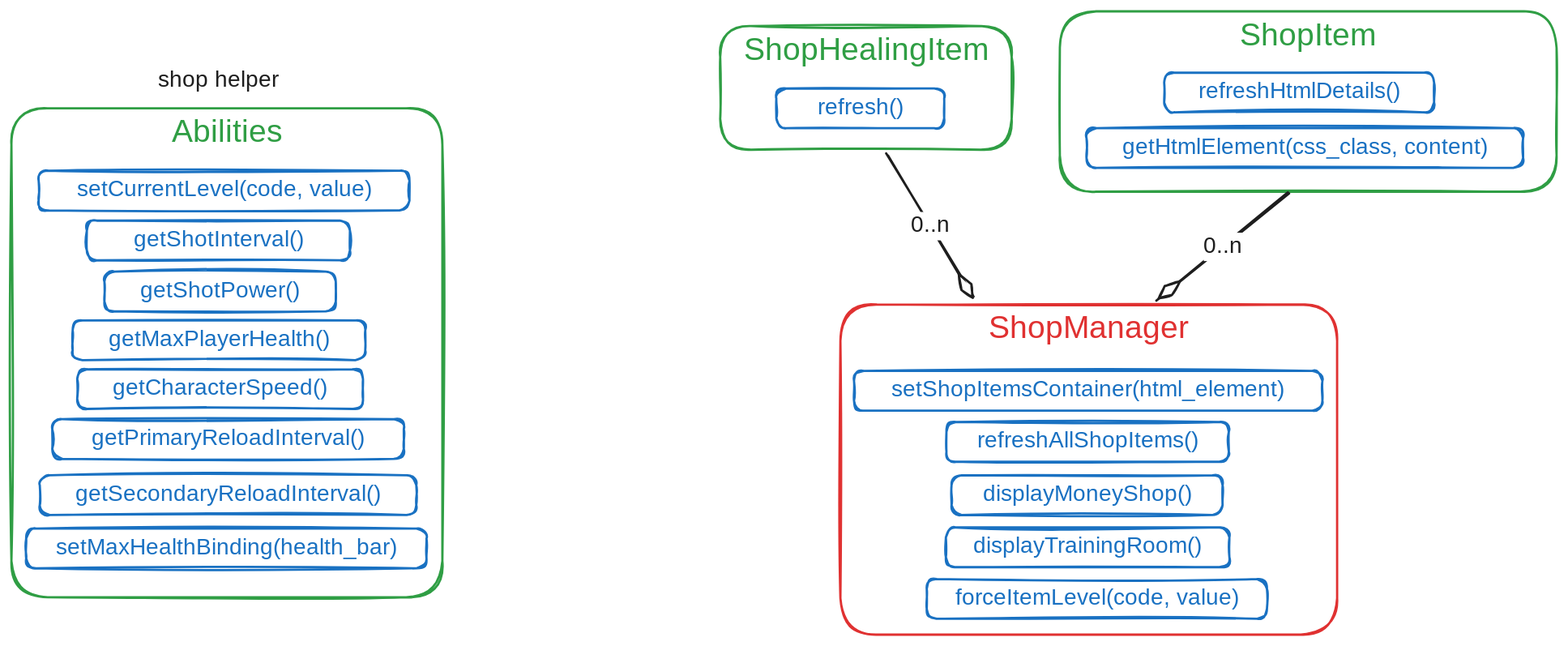
This is docs/shop_manager.excalidraw.svg from thedwarf21/MobsVasion, a Excalidraw export, as it was before one commit. Source tidied: one line per element, renumbered; positions are measured from the earlier drawing's top-left corner, leaving out a move shared by most shapes.
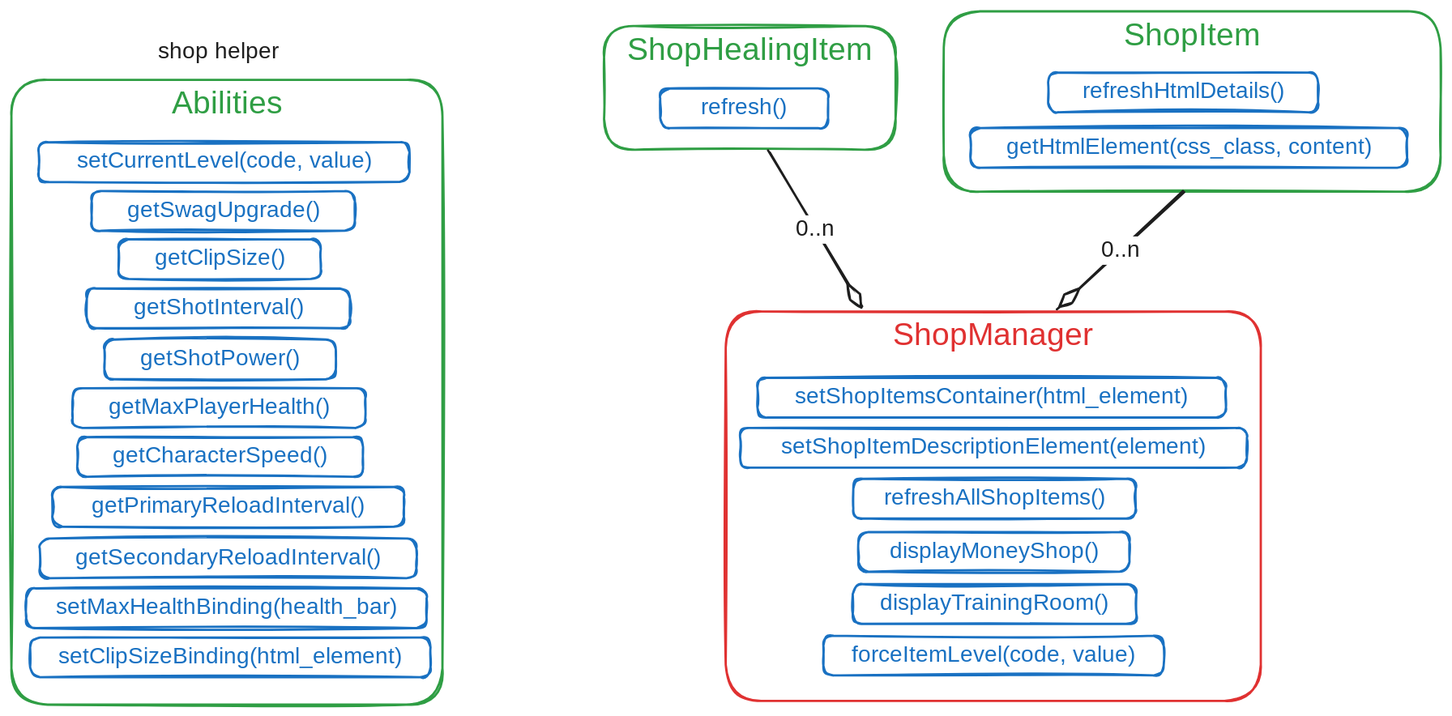
After the change.

Change to the diagram source:
```diff
@@ -1,45 +1,53 @@
+{"id": 18, "type": "rectangle", "strokeColor": "#2f9e44", "strokeWidth": 2, "roughness": 1, "round": true, "x": 625, "y": 13, "width": 257, "height": 109}
+{"id": 19, "type": "text", "text": "ShopHealingItem", "strokeColor": "#2f9e44", "strokeWidth": 2, "roughness": 1, "fontSize": 28, "fontFamily": 5, "textAlign": "center", "inside": 18, "x": 643, "y": 18, "width": 220, "height": 35}
+{"id": 20, "type": "rectangle", "strokeColor": "#1971c2", "strokeWidth": 2, "roughness": 1, "round": true, "x": 674, "y": 68, "width": 148, "height": 35}
+{"id": 21, "type": "text", "text": "refresh()", "strokeColor": "#1971c2", "strokeWidth": 2, "roughness": 1, "fontSize": 20, "fontFamily": 5, "textAlign": "center", "verticalAlign": "middle", "inside": 20, "x": 705, "y": 73, "width": 86, "height": 25}
+{"id": 22, "type": "rectangle", "strokeColor": "#2f9e44", "strokeWidth": 2, "roughness": 1, "round": true, "x": 924, "y": 0, "width": 438, "height": 159}
+{"id": 23, "type": "text", "text": "ShopItem", "strokeColor": "#2f9e44", "strokeWidth": 2, "roughness": 1, "fontSize": 28, "fontFamily": 5, "textAlign": "center", "inside": 22, "x": 1079, "y": 5, "width": 129, "height": 35}
+{"id": 24, "type": "rectangle", "strokeColor": "#1971c2", "strokeWidth": 2, "roughness": 1, "round": true, "x": 1016, "y": 54, "width": 238, "height": 35}
+{"id": 25, "type": "text", "text": "refreshHtmlDetails()", "strokeColor": "#1971c2", "strokeWidth": 2, "roughness": 1, "fontSize": 20, "fontFamily": 5, "textAlign": "center", "verticalAlign": "middle", "inside": 24, "x": 1038, "y": 59, "width": 196, "height": 25}
+{"id": 26, "type": "rectangle", "strokeColor": "#1971c2", "strokeWidth": 2, "roughness": 1, "round": true, "x": 948, "y": 103, "width": 385, "height": 35}
+{"id": 27, "type": "text", "text": "getHtmlElement(css_class, content)", "strokeColor": "#1971c2", "strokeWidth": 2, "roughness": 1, "fontSize": 20, "fontFamily": 5, "textAlign": "center", "verticalAlign": "middle", "inside": 26, "x": 967, "y": 108, "width": 347, "height": 25}
+{"id": 28, "type": "arrow", "strokeColor": "#1e1e1e", "strokeWidth": 2, "roughness": 1, "endArrowhead": "diamond_outline", "round": true, "from": 18, "to": 33, "x": 771, "y": 124, "width": 82, "height": 137, "points": [[0, 0], [82, 137]]}
+{"id": 29, "type": "text", "text": "0..n", "strokeColor": "#1e1e1e", "strokeWidth": 2, "roughness": 1, "fontSize": 20, "fontFamily": 5, "textAlign": "center", "verticalAlign": "middle", "inside": 28, "x": 793, "y": 177, "width": 34, "height": 25}
+{"id": 30, "type": "arrow", "strokeColor": "#1e1e1e", "strokeWidth": 2, "roughness": 1, "endArrowhead": "diamond_outline", "round": true, "from": 22, "to": 33, "x": 1136, "y": 160, "width": 111, "height": 103, "points": [[0, 0], [-111, 103]]}
+{"id": 31, "type": "text", "text": "0..n", "strokeColor": "#1e1e1e", "strokeWidth": 2, "roughness": 1, "fontSize": 20, "fontFamily": 5, "textAlign": "center", "verticalAlign": "middle", "inside": 30, "x": 1064, "y": 195, "width": 34, "height": 25}
-{"id": 0, "type": "rectangle", "strokeColor": "#2f9e44", "strokeWidth": 2, "roughness": 1, "round": true, "x": 0, "y": 86, "width": 380, "height": 431}
+{"id": 0, "type": "rectangle", "strokeColor": "#2f9e44", "strokeWidth": 2, "roughness": 1, "round": true, "x": 102, "y": 60, "width": 380, "height": 551}
-{"id": 1, "type": "text", "text": "Abilities", "strokeColor": "#2f9e44", "strokeWidth": 2, "roughness": 1, "fontSize": 28, "fontFamily": 5, "textAlign": "center", "inside": 0, "x": 137, "y": 90, "width": 107, "height": 35}
+{"id": 1, "type": "text", "text": "Abilities", "strokeColor": "#2f9e44", "strokeWidth": 2, "roughness": 1, "fontSize": 28, "fontFamily": 5, "textAlign": "center", "inside": 0, "x": 239, "y": 66, "width": 107, "height": 35}
-{"id": 2, "type": "rectangle", "strokeColor": "#1971c2", "strokeWidth": 2, "roughness": 1, "round": true, "x": 24, "y": 140, "width": 327, "height": 35}
+{"id": 2, "type": "rectangle", "strokeColor": "#1971c2", "strokeWidth": 2, "roughness": 1, "round": true, "x": 126, "y": 116, "width": 327, "height": 35}
-{"id": 3, "type": "text", "text": "setCurrentLevel(code, value)", "strokeColor": "#1971c2", "strokeWidth": 2, "roughness": 1, "fontSize": 20, "fontFamily": 5, "textAlign": "center", "verticalAlign": "middle", "inside": 2, "x": 50, "y": 146, "width": 274, "height": 25}
+{"id": 3, "type": "text", "text": "setCurrentLevel(code, value)", "strokeColor": "#1971c2", "strokeWidth": 2, "roughness": 1, "fontSize": 20, "fontFamily": 5, "textAlign": "center", "verticalAlign": "middle", "inside": 2, "x": 153, "y": 120, "width": 274, "height": 25}
-{"id": 4, "type": "rectangle", "strokeColor": "#1971c2", "strokeWidth": 2, "roughness": 1, "round": true, "x": 66, "y": 184, "width": 232, "height": 35}
+{"id": 4, "type": "rectangle", "strokeColor": "#1971c2", "strokeWidth": 2, "roughness": 1, "round": true, "x": 169, "y": 244, "width": 232, "height": 35}
-{"id": 5, "type": "text", "text": "getShotInterval()", "strokeColor": "#1971c2", "strokeWidth": 2, "roughness": 1, "fontSize": 20, "fontFamily": 5, "textAlign": "center", "verticalAlign": "middle", "inside": 4, "x": 96, "y": 190, "width": 174, "height": 25}
+{"id": 5, "type": "text", "text": "getShotInterval()", "strokeColor": "#1971c2", "strokeWidth": 2, "roughness": 1, "fontSize": 20, "fontFamily": 5, "textAlign": "center", "verticalAlign": "middle", "inside": 4, "x": 198, "y": 250, "width": 174, "height": 25}
-{"id": 6, "type": "rectangle", "strokeColor": "#1971c2", "strokeWidth": 2, "roughness": 1, "round": true, "x": 82, "y": 230, "width": 204, "height": 35}
+{"id": 6, "type": "rectangle", "strokeColor": "#1971c2", "strokeWidth": 2, "roughness": 1, "round": true, "x": 184, "y": 290, "width": 204, "height": 35}
-{"id": 7, "type": "text", "text": "getShotPower()", "strokeColor": "#1971c2", "strokeWidth": 2, "roughness": 1, "fontSize": 20, "fontFamily": 5, "textAlign": "center", "verticalAlign": "middle", "inside": 6, "x": 107, "y": 234, "width": 155, "height": 25}
+{"id": 7, "type": "text", "text": "getShotPower()", "strokeColor": "#1971c2", "strokeWidth": 2, "roughness": 1, "fontSize": 20, "fontFamily": 5, "textAlign": "center", "verticalAlign": "middle", "inside": 6, "x": 209, "y": 294, "width": 155, "height": 25}
-{"id": 8, "type": "rectangle", "strokeColor": "#1971c2", "strokeWidth": 2, "roughness": 1, "round": true, "x": 54, "y": 272, "width": 258, "height": 35}
+{"id": 8, "type": "rectangle", "strokeColor": "#1971c2", "strokeWidth": 2, "roughness": 1, "round": true, "x": 156, "y": 332, "width": 258, "height": 35}
-{"id": 9, "type": "text", "text": "getMaxPlayerHealth()", "strokeColor": "#1971c2", "strokeWidth": 2, "roughness": 1, "fontSize": 20, "fontFamily": 5, "textAlign": "center", "verticalAlign": "middle", "inside": 8, "x": 79, "y": 278, "width": 209, "height": 25}
+{"id": 9, "type": "text", "text": "getMaxPlayerHealth()", "strokeColor": "#1971c2", "strokeWidth": 2, "roughness": 1, "fontSize": 20, "fontFamily": 5, "textAlign": "center", "verticalAlign": "middle", "inside": 8, "x": 181, "y": 338, "width": 209, "height": 25}
-{"id": 10, "type": "rectangle", "strokeColor": "#1971c2", "strokeWidth": 2, "roughness": 1, "round": true, "x": 58, "y": 316, "width": 252, "height": 35}
+{"id": 10, "type": "rectangle", "strokeColor": "#1971c2", "strokeWidth": 2, "roughness": 1, "round": true, "x": 160, "y": 376, "width": 252, "height": 35}
-{"id": 11, "type": "text", "text": "getCharacterSpeed()", "strokeColor": "#1971c2", "strokeWidth": 2, "roughness": 1, "fontSize": 20, "fontFamily": 5, "textAlign": "center", "verticalAlign": "middle", "inside": 10, "x": 83, "y": 320, "width": 201, "height": 25}
+{"id": 11, "type": "text", "text": "getCharacterSpeed()", "strokeColor": "#1971c2", "strokeWidth": 2, "roughness": 1, "fontSize": 20, "fontFamily": 5, "textAlign": "center", "verticalAlign": "middle", "inside": 10, "x": 186, "y": 380, "width": 201, "height": 25}
-{"id": 12, "type": "rectangle", "strokeColor": "#1971c2", "strokeWidth": 2, "roughness": 1, "round": true, "x": 36, "y": 360, "width": 310, "height": 35}
+{"id": 12, "type": "rectangle", "strokeColor": "#1971c2", "strokeWidth": 2, "roughness": 1, "round": true, "x": 138, "y": 420, "width": 310, "height": 35}
-{"id": 13, "type": "text", "text": "getPrimaryReloadInterval()", "strokeColor": "#1971c2", "strokeWidth": 2, "roughness": 1, "fontSize": 20, "fontFamily": 5, "textAlign": "center", "verticalAlign": "middle", "inside": 12, "x": 59, "y": 364, "width": 264, "height": 25}
+{"id": 13, "type": "text", "text": "getPrimaryReloadInterval()", "strokeColor": "#1971c2", "strokeWidth": 2, "roughness": 1, "fontSize": 20, "fontFamily": 5, "textAlign": "center", "verticalAlign": "middle", "inside": 12, "x": 162, "y": 424, "width": 264, "height": 25}
-{"id": 14, "type": "rectangle", "strokeColor": "#1971c2", "strokeWidth": 2, "roughness": 1, "round": true, "x": 25, "y": 409, "width": 332, "height": 35}
+{"id": 14, "type": "rectangle", "strokeColor": "#1971c2", "strokeWidth": 2, "roughness": 1, "round": true, "x": 128, "y": 465, "width": 332, "height": 35}
-{"id": 15, "type": "text", "text": "getSecondaryReloadInterval()", "strokeColor": "#1971c2", "strokeWidth": 2, "roughness": 1, "fontSize": 20, "fontFamily": 5, "textAlign": "center", "verticalAlign": "middle", "inside": 14, "x": 46, "y": 414, "width": 291, "height": 25}
+{"id": 15, "type": "text", "text": "getSecondaryReloadInterval()", "strokeColor": "#1971c2", "strokeWidth": 2, "roughness": 1, "fontSize": 20, "fontFamily": 5, "textAlign": "center", "verticalAlign": "middle", "inside": 14, "x": 148, "y": 470, "width": 291, "height": 25}
-{"id": 16, "type": "rectangle", "strokeColor": "#1971c2", "strokeWidth": 2, "roughness": 1, "round": true, "x": 13, "y": 456, "width": 353, "height": 35}
+{"id": 16, "type": "rectangle", "strokeColor": "#1971c2", "strokeWidth": 2, "roughness": 1, "round": true, "x": 116, "y": 509, "width": 353, "height": 35}
-{"id": 17, "type": "text", "text": "setMaxHealthBinding(health_bar)", "strokeColor": "#1971c2", "strokeWidth": 2, "roughness": 1, "fontSize": 20, "fontFamily": 5, "textAlign": "center", "verticalAlign": "middle", "inside": 16, "x": 28, "y": 461, "width": 323, "height": 25}
+{"id": 17, "type": "text", "text": "setMaxHealthBinding(health_bar)", "strokeColor": "#1971c2", "strokeWidth": 2, "roughness": 1, "fontSize": 20, "fontFamily": 5, "textAlign": "center", "verticalAlign": "middle", "inside": 16, "x": 131, "y": 514, "width": 323, "height": 25}
-{"id": 18, "type": "rectangle", "strokeColor": "#2f9e44", "strokeWidth": 2, "roughness": 1, "round": true, "x": 625, "y": 13, "width": 257, "height": 109}
-{"id": 19, "type": "text", "text": "ShopHealingItem", "strokeColor": "#2f9e44", "strokeWidth": 2, "roughness": 1, "fontSize": 28, "fontFamily": 5, "textAlign": "center", "inside": 18, "x": 643, "y": 18, "width": 220, "height": 35}
-{"id": 20, "type": "rectangle", "strokeColor": "#1971c2", "strokeWidth": 2, "roughness": 1, "round": true, "x": 674, "y": 68, "width": 148, "height": 35}
-{"id": 21, "type": "text", "text": "refresh()", "strokeColor": "#1971c2", "strokeWidth": 2, "roughness": 1, "fontSize": 20, "fontFamily": 5, "textAlign": "center", "verticalAlign": "middle", "inside": 20, "x": 705, "y": 73, "width": 86, "height": 25}
-{"id": 22, "type": "rectangle", "strokeColor": "#2f9e44", "strokeWidth": 2, "roughness": 1, "round": true, "x": 924, "y": 0, "width": 438, "height": 159}
-{"id": 23, "type": "text", "text": "ShopItem", "strokeColor": "#2f9e44", "strokeWidth": 2, "roughness": 1, "fontSize": 28, "fontFamily": 5, "textAlign": "center", "inside": 22, "x": 1079, "y": 5, "width": 129, "height": 35}
-{"id": 24, "type": "rectangle", "strokeColor": "#1971c2", "strokeWidth": 2, "roughness": 1, "round": true, "x": 1016, "y": 54, "width": 238, "height": 35}
-{"id": 25, "type": "text", "text": "refreshHtmlDetails()", "strokeColor": "#1971c2", "strokeWidth": 2, "roughness": 1, "fontSize": 20, "fontFamily": 5, "textAlign": "center", "verticalAlign": "middle", "inside": 24, "x": 1038, "y": 59, "width": 196, "height": 25}
-{"id": 26, "type": "rectangle", "strokeColor": "#1971c2", "strokeWidth": 2, "roughness": 1, "round": true, "x": 948, "y": 103, "width": 385, "height": 35}
-{"id": 27, "type": "text", "text": "getHtmlElement(css_class, content)", "strokeColor": "#1971c2", "strokeWidth": 2, "roughness": 1, "fontSize": 20, "fontFamily": 5, "textAlign": "center", "verticalAlign": "middle", "inside": 26, "x": 967, "y": 108, "width": 347, "height": 25}
-{"id": 28, "type": "arrow", "strokeColor": "#1e1e1e", "strokeWidth": 2, "roughness": 1, "endArrowhead": "diamond_outline", "round": true, "from": 18, "to": 33, "x": 772, "y": 126, "width": 76, "height": 126, "points": [[0, 0], [76, 126]]}
-{"id": 29, "type": "text", "text": "0..n", "strokeColor": "#1e1e1e", "strokeWidth": 2, "roughness": 1, "fontSize": 20, "fontFamily": 5, "textAlign": "center", "verticalAlign": "middle", "inside": 28, "x": 707, "y": 358, "width": 34, "height": 25}
-{"id": 30, "type": "arrow", "strokeColor": "#1e1e1e", "strokeWidth": 2, "roughness": 1, "endArrowhead": "diamond_outline", "round": true, "from": 22, "to": 33, "x": 1126, "y": 161, "width": 115, "height": 94, "points": [[0, 0], [-115, 94]]}
-{"id": 31, "type": "text", "text": "0..n", "strokeColor": "#1e1e1e", "strokeWidth": 2, "roughness": 1, "fontSize": 20, "fontFamily": 5, "textAlign": "center", "verticalAlign": "middle", "inside": 30, "x": 1049, "y": 292, "width": 34, "height": 25}
-{"id": 32, "type": "text", "text": "shop helper", "strokeColor": "#1e1e1e", "strokeWidth": 2, "roughness": 1, "fontSize": 20, "fontFamily": 5, "x": 129, "y": 48, "width": 109, "height": 25}
+{"id": 32, "type": "text", "text": "shop helper", "strokeColor": "#1e1e1e", "strokeWidth": 2, "roughness": 1, "fontSize": 20, "fontFamily": 5, "x": 232, "y": 24, "width": 109, "height": 25}
+{"id": 45, "type": "rectangle", "strokeColor": "#1971c2", "strokeWidth": 2, "roughness": 1, "round": true, "x": 173, "y": 158, "width": 232, "height": 35}
+{"id": 46, "type": "text", "text": "getSwagUpgrade()", "strokeColor": "#1971c2", "strokeWidth": 2, "roughness": 1, "fontSize": 20, "fontFamily": 5, "textAlign": "center", "verticalAlign": "middle", "inside": 45, "x": 201, "y": 164, "width": 176, "height": 25}
+{"id": 47, "type": "rectangle", "strokeColor": "#1971c2", "strokeWidth": 2, "roughness": 1, "round": true, "x": 197, "y": 201, "width": 178, "height": 35}
+{"id": 48, "type": "text", "text": "getClipSize()", "strokeColor": "#1971c2", "strokeWidth": 2, "roughness": 1, "fontSize": 20, "fontFamily": 5, "textAlign": "center", "verticalAlign": "middle", "inside": 47, "x": 225, "y": 206, "width": 122, "height": 25}
+{"id": 49, "type": "rectangle", "strokeColor": "#1971c2", "strokeWidth": 2, "roughness": 1, "round": true, "x": 119, "y": 552, "width": 353, "height": 35}
+{"id": 50, "type": "text", "text": "setClipSizeBinding(html_element)", "strokeColor": "#1971c2", "strokeWidth": 2, "roughness": 1, "fontSize": 20, "fontFamily": 5, "textAlign": "center", "verticalAlign": "middle", "inside": 49, "x": 137, "y": 557, "width": 316, "height": 25}
-{"id": 33, "type": "rectangle", "strokeColor": "#e03131", "strokeWidth": 2, "roughness": 1, "round": true, "x": 731, "y": 258, "width": 438, "height": 291}
+{"id": 33, "type": "rectangle", "strokeColor": "#e03131", "strokeWidth": 2, "roughness": 1, "round": true, "x": 732, "y": 265, "width": 472, "height": 344}
-{"id": 34, "type": "text", "text": "ShopManager", "strokeColor": "#e03131", "strokeWidth": 2, "roughness": 1, "fontSize": 28, "fontFamily": 5, "textAlign": "center", "inside": 33, "x": 862, "y": 264, "width": 176, "height": 35}
+{"id": 34, "type": "text", "text": "ShopManager", "strokeColor": "#e03131", "strokeWidth": 2, "roughness": 1, "fontSize": 28, "fontFamily": 5, "textAlign": "center", "inside": 33, "x": 880, "y": 270, "width": 176, "height": 35}
-{"id": 35, "type": "rectangle", "strokeColor": "#1971c2", "strokeWidth": 2, "roughness": 1, "round": true, "x": 824, "y": 362, "width": 249, "height": 35}
+{"id": 35, "type": "rectangle", "strokeColor": "#1971c2", "strokeWidth": 2, "roughness": 1, "round": true, "x": 845, "y": 412, "width": 249, "height": 35}
-{"id": 36, "type": "text", "text": "refreshAllShopItems()", "strokeColor": "#1971c2", "strokeWidth": 2, "roughness": 1, "fontSize": 20, "fontFamily": 5, "textAlign": "center", "verticalAlign": "middle", "inside": 35, "x": 843, "y": 367, "width": 212, "height": 25}
+{"id": 36, "type": "text", "text": "refreshAllShopItems()", "strokeColor": "#1971c2", "strokeWidth": 2, "roughness": 1, "fontSize": 20, "fontFamily": 5, "textAlign": "center", "verticalAlign": "middle", "inside": 35, "x": 863, "y": 417, "width": 212, "height": 25}
-{"id": 37, "type": "rectangle", "strokeColor": "#1971c2", "strokeWidth": 2, "roughness": 1, "round": true, "x": 743, "y": 317, "width": 413, "height": 35}
+{"id": 37, "type": "rectangle", "strokeColor": "#1971c2", "strokeWidth": 2, "roughness": 1, "round": true, "x": 760, "y": 323, "width": 413, "height": 35}
-{"id": 38, "type": "text", "text": "setShopItemsContainer(html_element)", "strokeColor": "#1971c2", "strokeWidth": 2, "roughness": 1, "fontSize": 20, "fontFamily": 5, "textAlign": "center", "verticalAlign": "middle", "inside": 37, "x": 764, "y": 322, "width": 370, "height": 25}
+{"id": 38, "type": "text", "text": "setShopItemsContainer(html_element)", "strokeColor": "#1971c2", "strokeWidth": 2, "roughness": 1, "fontSize": 20, "fontFamily": 5, "textAlign": "center", "verticalAlign": "middle", "inside": 37, "x": 782, "y": 328, "width": 370, "height": 25}
-{"id": 39, "type": "rectangle", "strokeColor": "#1971c2", "strokeWidth": 2, "roughness": 1, "round": true, "x": 829, "y": 409, "width": 239, "height": 35}
+{"id": 39, "type": "rectangle", "strokeColor": "#1971c2", "strokeWidth": 2, "roughness": 1, "round": true, "x": 849, "y": 459, "width": 239, "height": 35}
-{"id": 40, "type": "text", "text": "displayMoneyShop()", "strokeColor": "#1971c2", "strokeWidth": 2, "roughness": 1, "fontSize": 20, "fontFamily": 5, "textAlign": "center", "verticalAlign": "middle", "inside": 39, "x": 855, "y": 414, "width": 188, "height": 25}
+{"id": 40, "type": "text", "text": "displayMoneyShop()", "strokeColor": "#1971c2", "strokeWidth": 2, "roughness": 1, "fontSize": 20, "fontFamily": 5, "textAlign": "center", "verticalAlign": "middle", "inside": 39, "x": 875, "y": 464, "width": 188, "height": 25}
-{"id": 41, "type": "rectangle", "strokeColor": "#1971c2", "strokeWidth": 2, "roughness": 1, "round": true, "x": 824, "y": 455, "width": 250, "height": 35}
+{"id": 41, "type": "rectangle", "strokeColor": "#1971c2", "strokeWidth": 2, "roughness": 1, "round": true, "x": 844, "y": 505, "width": 250, "height": 35}
-{"id": 42, "type": "text", "text": "displayTrainingRoom()", "strokeColor": "#1971c2", "strokeWidth": 2, "roughness": 1, "fontSize": 20, "fontFamily": 5, "textAlign": "center", "verticalAlign": "middle", "inside": 41, "x": 844, "y": 460, "width": 210, "height": 25}
+{"id": 42, "type": "text", "text": "displayTrainingRoom()", "strokeColor": "#1971c2", "strokeWidth": 2, "roughness": 1, "fontSize": 20, "fontFamily": 5, "textAlign": "center", "verticalAlign": "middle", "inside": 41, "x": 864, "y": 510, "width": 210, "height": 25}
-{"id": 43, "type": "rectangle", "strokeColor": "#1971c2", "strokeWidth": 2, "roughness": 1, "round": true, "x": 807, "y": 500, "width": 300, "height": 35}
+{"id": 43, "type": "rectangle", "strokeColor": "#1971c2", "strokeWidth": 2, "roughness": 1, "round": true, "x": 818, "y": 551, "width": 300, "height": 35}
-{"id": 44, "type": "text", "text": "forceItemLevel(code, value)", "strokeColor": "#1971c2", "strokeWidth": 2, "roughness": 1, "fontSize": 20, "fontFamily": 5, "textAlign": "center", "verticalAlign": "middle", "inside": 43, "x": 824, "y": 506, "width": 267, "height": 25}
+{"id": 44, "type": "text", "text": "forceItemLevel(code, value)", "strokeColor": "#1971c2", "strokeWidth": 2, "roughness": 1, "fontSize": 20, "fontFamily": 5, "textAlign": "center", "verticalAlign": "middle", "inside": 43, "x": 835, "y": 556, "width": 267, "height": 25}
+{"id": 51, "type": "rectangle", "strokeColor": "#1971c2", "strokeWidth": 2, "roughness": 1, "round": true, "x": 745, "y": 368, "width": 447, "height": 35}
+{"id": 52, "type": "text", "text": "setShopItemDescriptionElement(element)", "strokeColor": "#1971c2", "strokeWidth": 2, "roughness": 1, "fontSize": 20, "fontFamily": 5, "textAlign": "center", "verticalAlign": "middle", "inside": 51, "x": 769, "y": 372, "width": 399, "height": 25}
```
